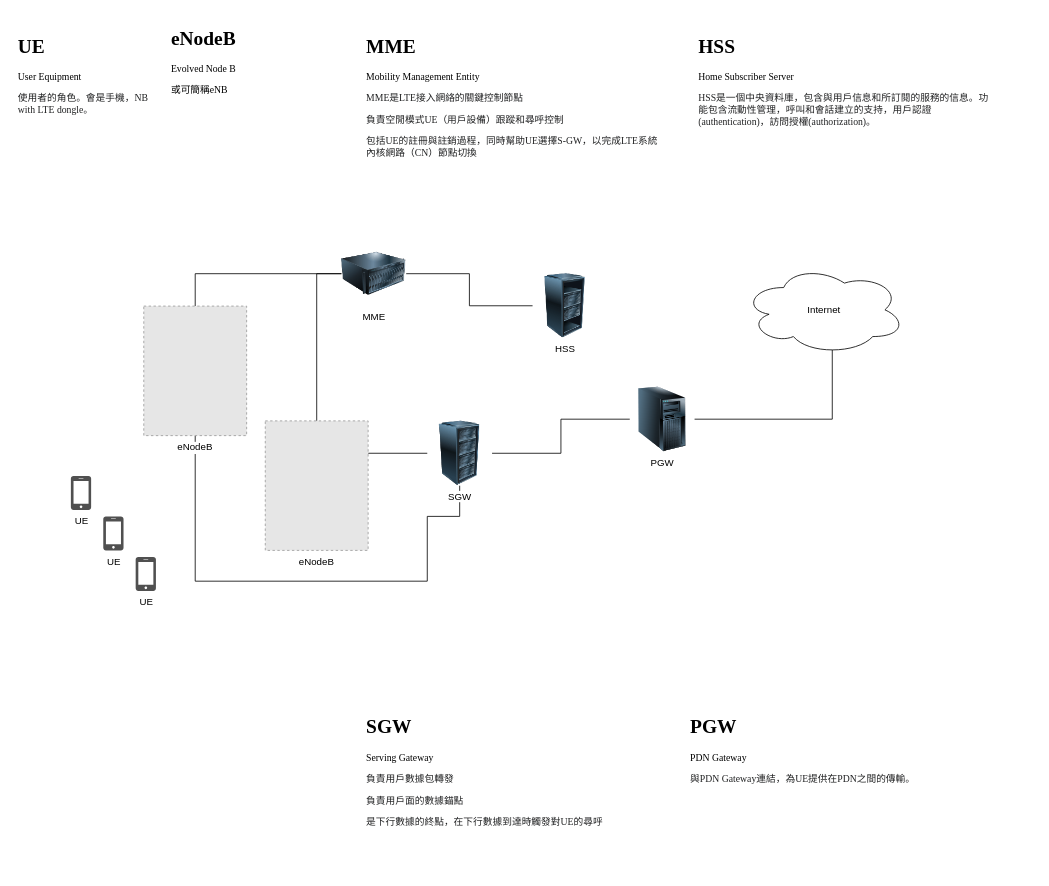
Before: page "Framework_LTE_4G" (1 of 3) of LTE.drawio in nelsonchung/drawio, a draw.io diagram. Source tidied: cells renumbered, new cells numbered last; positions are measured from the earlier drawing's top-left corner, leaving out a move shared by most shapes. Both pictures are drawn from the tidied source at 81%, with x=0, y=0 at pixel (14, 22). Pictures stored in the file or linked from it are replaced by grey dashed boxes.
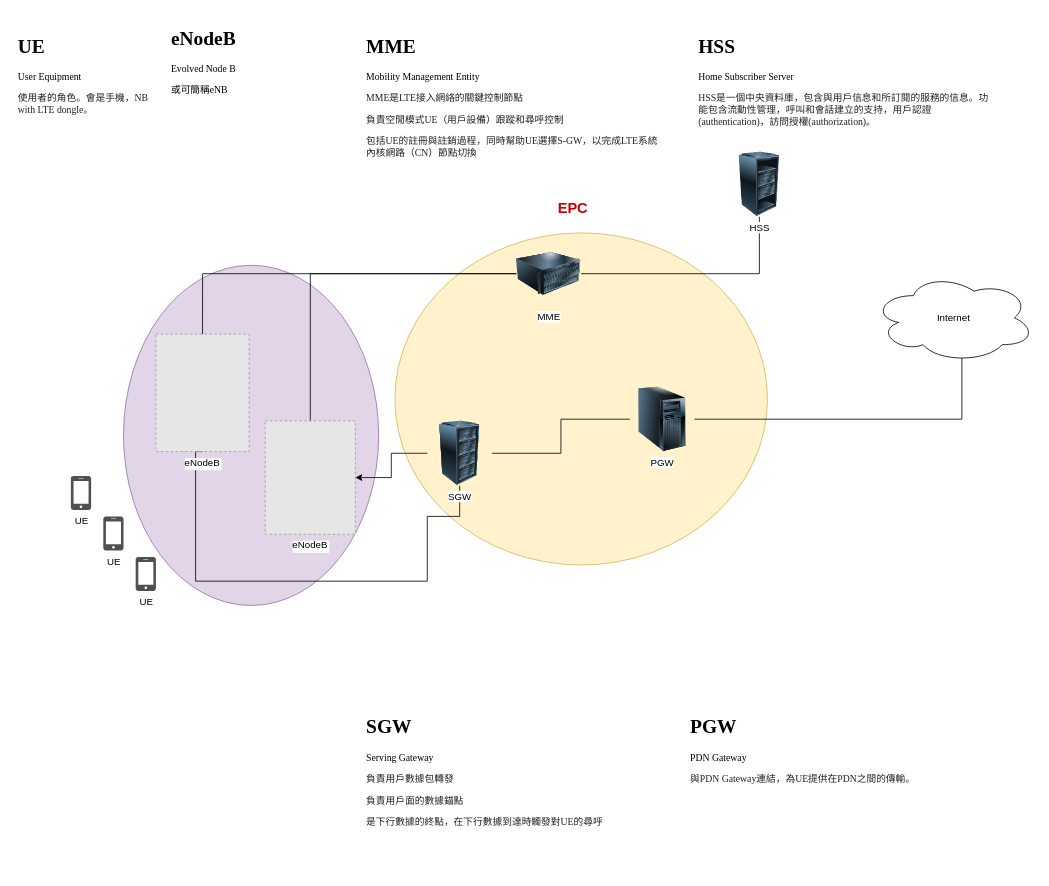
Above is the later version.

The change refers to these unchanged cells:
```xml
<mxCell id="16" value="SGW" style="image;html=1;image=img/lib/clip_art/computers/Server_Rack_128x128.png;" parent="1" vertex="1">
  <mxGeometry x="510" y="492.1" width="80" height="80" as="geometry" />
</mxCell>
```

What changed in the source:
```diff
@@
+    <mxCell id="25" style="ellipse;whiteSpace=wrap;html=1;align=left;fillColor=#e1d5e7;strokeColor=#9673a6;" parent="1" vertex="1">
+      <mxGeometry x="135" y="300" width="315" height="420" as="geometry" />
+    </mxCell>
+    <mxCell id="26" style="ellipse;whiteSpace=wrap;html=1;align=left;fillColor=#fff2cc;strokeColor=#d6b656;" parent="1" vertex="1">
+      <mxGeometry x="470" y="260" width="460" height="410" as="geometry" />
+    </mxCell>
@@
     <mxCell id="7" value="eNodeB" style="fillColor=#E6E6E6;strokeColor=#999999;dashed=1;verticalLabelPosition=bottom;labelBackgroundColor=#ffffff;verticalAlign=top;" parent="1" vertex="1">
-      <mxGeometry x="160" y="350.4" width="127" height="159.9" as="geometry" />
+      <mxGeometry x="175" y="385" width="115.1" height="145" as="geometry" />
     </mxCell>
@@
-    <mxCell id="9" style="edgeStyle=orthogonalEdgeStyle;rounded=0;jettySize=auto;html=1;exitX=1;exitY=0.25;exitDx=0;exitDy=0;entryX=0;entryY=0.5;entryDx=0;entryDy=0;endArrow=none;endFill=0;strokeColor=#000000;" parent="1" edge="1" source="10" target="16">
-      <mxGeometry relative="1" as="geometry" />
-    </mxCell>
     <mxCell id="10" value="eNodeB" style="fillColor=#E6E6E6;strokeColor=#999999;dashed=1;verticalLabelPosition=bottom;labelBackgroundColor=#ffffff;verticalAlign=top;" parent="1" vertex="1">
-      <mxGeometry x="310" y="492.1" width="127" height="159.9" as="geometry" />
+      <mxGeometry x="310" y="492.1" width="111.2" height="140" as="geometry" />
     </mxCell>
@@
     <mxCell id="12" value="MME" style="image;html=1;image=img/lib/clip_art/computers/Server_128x128.png;" parent="1" vertex="1">
-      <mxGeometry x="404" y="270.4" width="80" height="80" as="geometry" />
+      <mxGeometry x="620" y="270.4" width="80" height="80" as="geometry" />
     </mxCell>
@@
     <mxCell id="14" value="Internet" style="ellipse;shape=cloud;whiteSpace=wrap;html=1;" parent="1" vertex="1">
-      <mxGeometry x="900" y="300" width="200" height="110" as="geometry" />
+      <mxGeometry x="1060" y="310" width="200" height="110" as="geometry" />
     </mxCell>
@@
+    <mxCell id="27" style="edgeStyle=orthogonalEdgeStyle;rounded=0;jettySize=auto;html=1;" parent="1" edge="1" source="16" target="10">
+      <mxGeometry relative="1" as="geometry" />
+    </mxCell>
@@
     <mxCell id="17" value="HSS" style="image;html=1;image=img/lib/clip_art/computers/Server_Rack_Partial_128x128.png;" parent="1" vertex="1">
-      <mxGeometry x="640" y="310" width="80" height="80" as="geometry" />
+      <mxGeometry x="880" y="160" width="80" height="80" as="geometry" />
     </mxCell>
@@
+    <mxCell id="28" value="EPC" style="text;html=1;strokeColor=none;fillColor=none;align=center;verticalAlign=middle;whiteSpace=wrap;rounded=0;fontSize=18;fontStyle=1;fontColor=#CC0000;" parent="1" vertex="1">
+      <mxGeometry x="630" y="220" width="120" height="20" as="geometry" />
+    </mxCell>
```
